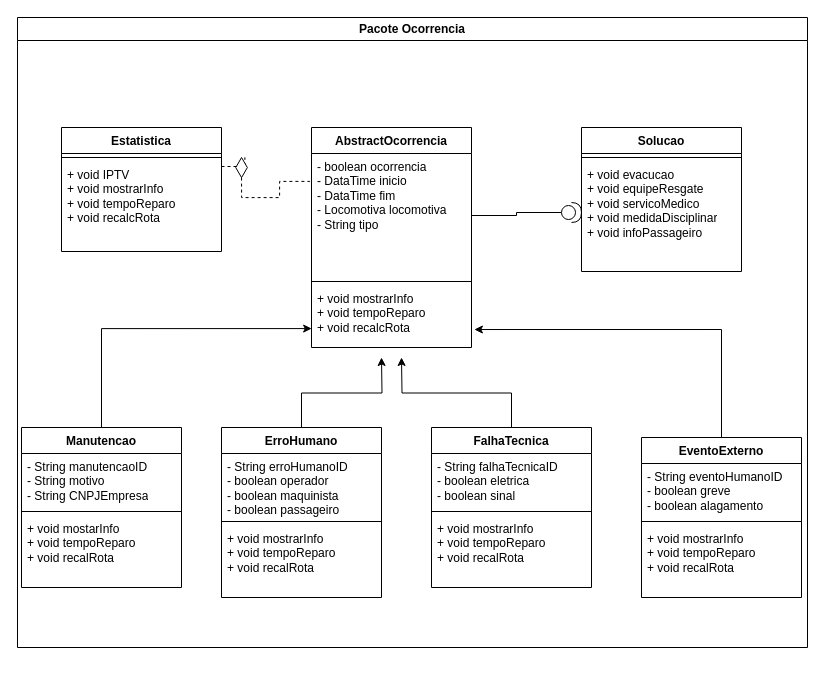
Before: page "Ocorrencia Estática" (1 of 4) of modelagemMalhaFerroviaria.drawio in mariaalicen/DiagramasUML, a draw.io diagram. Source tidied: cells renumbered, new cells numbered last; positions are measured from the earlier drawing's top-left corner, leaving out a move shared by most shapes. Both pictures are drawn from the tidied source at 100%, with x=0, y=0 at pixel (17, 17).
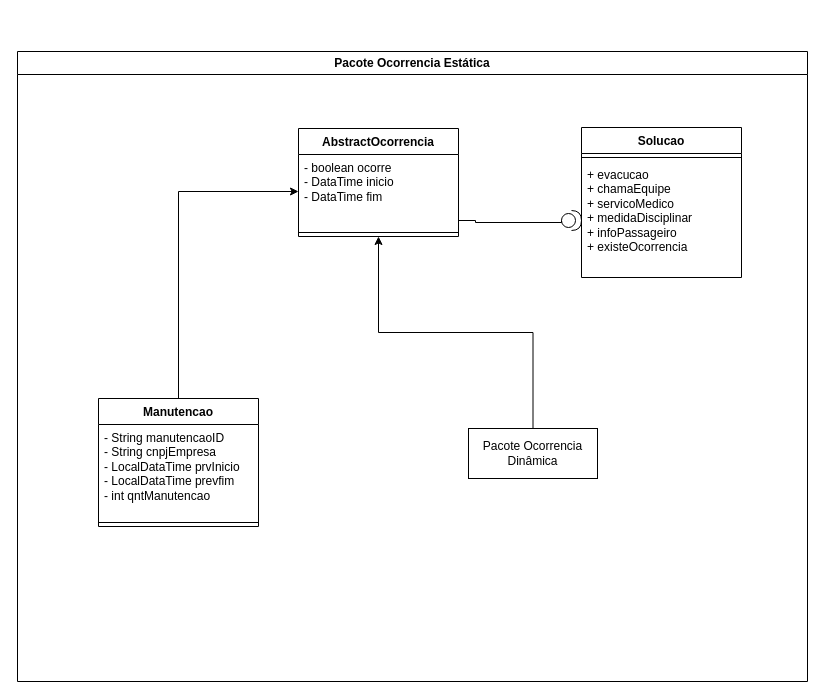
The same page after the edit.

The edit, as a diff of the source:
```diff
@@
+    <mxCell id="27" value="Solucao" style="swimlane;fontStyle=1;align=center;verticalAlign=top;horizontal=1;startSize=26;whiteSpace=wrap;html=1;" parent="1" vertex="1">
+      <mxGeometry x="564" y="110" width="160" height="150" as="geometry" />
+    </mxCell>
+    <mxCell id="28" style="line;strokeWidth=1;fillColor=none;align=left;verticalAlign=middle;spacingTop=-1;spacingLeft=3;spacingRight=3;labelPosition=right;strokeColor=inherit;" parent="27" vertex="1">
+      <mxGeometry y="26" width="160" height="8" as="geometry" />
+    </mxCell>
+    <mxCell id="29" value="+ evacucao&lt;div&gt;+ chamaEquipe&lt;/div&gt;&lt;div&gt;+ servicoMedico&amp;nbsp;&lt;/div&gt;&lt;div&gt;+ medidaDisciplinar&lt;/div&gt;&lt;div&gt;+ infoPassageiro&lt;/div&gt;&lt;div&gt;+ existeOcorrencia&lt;/div&gt;" style="text;strokeColor=none;fillColor=none;align=left;verticalAlign=top;spacingLeft=4;spacingRight=4;overflow=hidden;whiteSpace=wrap;html=1;" parent="27" vertex="1">
+      <mxGeometry y="34" width="160" height="116" as="geometry" />
+    </mxCell>
+    <mxCell id="37" value="Pacote Ocorrencia Estática" style="swimlane;whiteSpace=wrap;html=1;" parent="1" vertex="1">
+      <mxGeometry y="34" width="790" height="630" as="geometry" />
+    </mxCell>
+    <mxCell id="38" style="edgeStyle=orthogonalEdgeStyle;rounded=0;jettySize=auto;html=1;exitX=0.5;exitY=0;exitDx=0;exitDy=0;" parent="37" edge="1" source="6" target="3">
+      <mxGeometry relative="1" as="geometry" />
+    </mxCell>
+    <mxCell id="6" value="Manutencao" style="swimlane;fontStyle=1;align=center;verticalAlign=top;horizontal=1;startSize=26;whiteSpace=wrap;html=1;" parent="37" vertex="1">
+      <mxGeometry x="81" y="347" width="160" height="128" as="geometry" />
+    </mxCell>
+    <mxCell id="7" value="- String manutencaoID&lt;div&gt;&lt;span style=&quot;background-color: initial;&quot;&gt;- String cnpjEmpresa&lt;/span&gt;&lt;/div&gt;&lt;div&gt;&lt;span style=&quot;background-color: initial;&quot;&gt;- LocalDataTime prvInicio&lt;/span&gt;&lt;/div&gt;&lt;div&gt;&lt;span style=&quot;background-color: initial;&quot;&gt;- LocalDataTime prevfim&lt;/span&gt;&lt;/div&gt;&lt;div&gt;&lt;span style=&quot;background-color: initial;&quot;&gt;- int qntManutencao&lt;/span&gt;&lt;/div&gt;" style="text;strokeColor=none;fillColor=none;align=left;verticalAlign=top;spacingLeft=4;spacingRight=4;overflow=hidden;whiteSpace=wrap;html=1;" parent="6" vertex="1">
+      <mxGeometry y="26" width="160" height="94" as="geometry" />
+    </mxCell>
+    <mxCell id="8" style="line;strokeWidth=1;fillColor=none;align=left;verticalAlign=middle;spacingTop=-1;spacingLeft=3;spacingRight=3;labelPosition=right;strokeColor=inherit;" parent="6" vertex="1">
+      <mxGeometry y="120" width="160" height="8" as="geometry" />
+    </mxCell>
-    <mxCell id="2" value="AbstractOcorrencia" style="swimlane;fontStyle=1;align=center;verticalAlign=top;horizontal=1;startSize=26;whiteSpace=wrap;html=1;" parent="1" vertex="1">
-      <mxGeometry x="294" y="110" width="160" height="220" as="geometry" />
+    <mxCell id="2" value="AbstractOcorrencia" style="swimlane;fontStyle=1;align=center;verticalAlign=top;horizontal=1;startSize=26;whiteSpace=wrap;html=1;" parent="37" vertex="1">
+      <mxGeometry x="281" y="77" width="160" height="108" as="geometry" />
     </mxCell>
-    <mxCell id="3" value="- boolean ocorrencia&amp;nbsp;&lt;div&gt;- DataTime inicio&amp;nbsp;&lt;/div&gt;&lt;div&gt;- DataTime fim&lt;/div&gt;&lt;div&gt;- Locomotiva locomotiva&lt;span style=&quot;background-color: initial;&quot;&gt;&amp;nbsp;&lt;/span&gt;&lt;/div&gt;&lt;div&gt;- String tipo&amp;nbsp;&lt;/div&gt;" style="text;strokeColor=none;fillColor=none;align=left;verticalAlign=top;spacingLeft=4;spacingRight=4;overflow=hidden;points=[[0,0.5],[1,0.5]];portConstraint=eastwest;whiteSpace=wrap;html=1;" parent="2" vertex="1">
-      <mxGeometry y="26" width="160" height="124" as="geometry" />
+    <mxCell id="3" value="- boolean ocorre&amp;nbsp;&lt;div&gt;- DataTime inicio&amp;nbsp;&lt;/div&gt;&lt;div&gt;- DataTime fim&lt;span style=&quot;background-color: initial;&quot;&gt;&amp;nbsp;&lt;/span&gt;&lt;/div&gt;" style="text;strokeColor=none;fillColor=none;align=left;verticalAlign=top;spacingLeft=4;spacingRight=4;overflow=hidden;points=[[0,0.5],[1,0.5]];portConstraint=eastwest;whiteSpace=wrap;html=1;" parent="2" vertex="1">
+      <mxGeometry y="26" width="160" height="74" as="geometry" />
     </mxCell>
     <mxCell id="4" style="line;strokeWidth=1;fillColor=none;align=left;verticalAlign=middle;spacingTop=-1;spacingLeft=3;spacingRight=3;labelPosition=right;strokeColor=inherit;" parent="2" vertex="1">
-      <mxGeometry y="150" width="160" height="8" as="geometry" />
+      <mxGeometry y="100" width="160" height="8" as="geometry" />
     </mxCell>
-    <mxCell id="5" value="+ void mostrarInfo&lt;div&gt;+ void tempoReparo&lt;/div&gt;&lt;div&gt;+ void recalcRota&lt;/div&gt;" style="text;strokeColor=none;fillColor=none;align=left;verticalAlign=top;spacingLeft=4;spacingRight=4;overflow=hidden;points=[[0,0.5],[1,0.5]];portConstraint=eastwest;whiteSpace=wrap;html=1;" parent="2" vertex="1">
-      <mxGeometry y="158" width="160" height="62" as="geometry" />
-    </mxCell>
-    <mxCell id="6" value="Manutencao" style="swimlane;fontStyle=1;align=center;verticalAlign=top;horizontal=1;startSize=26;whiteSpace=wrap;html=1;" parent="1" vertex="1">
-      <mxGeometry x="4" y="410" width="160" height="160" as="geometry" />
-    </mxCell>
-    <mxCell id="7" value="- String manutencaoID&lt;div&gt;- String motivo&lt;div&gt;- String CNPJEmpresa&lt;/div&gt;&lt;/div&gt;" style="text;strokeColor=none;fillColor=none;align=left;verticalAlign=top;spacingLeft=4;spacingRight=4;overflow=hidden;whiteSpace=wrap;html=1;" parent="6" vertex="1">
-      <mxGeometry y="26" width="160" height="54" as="geometry" />
-    </mxCell>
-    <mxCell id="8" style="line;strokeWidth=1;fillColor=none;align=left;verticalAlign=middle;spacingTop=-1;spacingLeft=3;spacingRight=3;labelPosition=right;strokeColor=inherit;" parent="6" vertex="1">
-      <mxGeometry y="80" width="160" height="8" as="geometry" />
-    </mxCell>
-    <mxCell id="9" value="+ void mostarInfo&lt;div&gt;+ void tempoReparo&lt;/div&gt;&lt;div&gt;+ void recalRota&lt;/div&gt;" style="text;strokeColor=none;fillColor=none;align=left;verticalAlign=top;spacingLeft=4;spacingRight=4;overflow=hidden;whiteSpace=wrap;html=1;" parent="6" vertex="1">
-      <mxGeometry y="88" width="160" height="72" as="geometry" />
-    </mxCell>
-    <mxCell id="10" style="edgeStyle=orthogonalEdgeStyle;rounded=0;jettySize=auto;html=1;exitX=0.5;exitY=0;exitDx=0;exitDy=0;" parent="1" edge="1" source="11">
-      <mxGeometry relative="1" as="geometry">
-        <mxPoint x="364" y="340" as="targetPoint" />
-      </mxGeometry>
-    </mxCell>
-    <mxCell id="11" value="ErroHumano" style="swimlane;fontStyle=1;align=center;verticalAlign=top;horizontal=1;startSize=26;whiteSpace=wrap;html=1;" parent="1" vertex="1">
-      <mxGeometry x="204" y="410" width="160" height="170" as="geometry" />
-    </mxCell>
-    <mxCell id="12" value="&lt;div&gt;- String erroHumanoID&lt;/div&gt;- boolean operador&lt;div&gt;- boolean maquinista&lt;/div&gt;&lt;div&gt;- boolean passageiro&lt;/div&gt;" style="text;strokeColor=none;fillColor=none;align=left;verticalAlign=top;spacingLeft=4;spacingRight=4;overflow=hidden;whiteSpace=wrap;html=1;" parent="11" vertex="1">
-      <mxGeometry y="26" width="160" height="64" as="geometry" />
-    </mxCell>
-    <mxCell id="13" style="line;strokeWidth=1;fillColor=none;align=left;verticalAlign=middle;spacingTop=-1;spacingLeft=3;spacingRight=3;labelPosition=right;strokeColor=inherit;" parent="11" vertex="1">
-      <mxGeometry y="90" width="160" height="8" as="geometry" />
-    </mxCell>
-    <mxCell id="14" value="+ void mostrarInfo&lt;div&gt;+ void tempoReparo&lt;/div&gt;&lt;div&gt;+ void recalRota&lt;/div&gt;" style="text;strokeColor=none;fillColor=none;align=left;verticalAlign=top;spacingLeft=4;spacingRight=4;overflow=hidden;whiteSpace=wrap;html=1;" parent="11" vertex="1">
-      <mxGeometry y="98" width="160" height="72" as="geometry" />
-    </mxCell>
-    <mxCell id="15" style="edgeStyle=orthogonalEdgeStyle;rounded=0;jettySize=auto;html=1;exitX=0.5;exitY=0;exitDx=0;exitDy=0;" parent="1" edge="1" source="16">
-      <mxGeometry relative="1" as="geometry">
-        <mxPoint x="384" y="340" as="targetPoint" />
-      </mxGeometry>
-    </mxCell>
-    <mxCell id="16" value="FalhaTecnica" style="swimlane;fontStyle=1;align=center;verticalAlign=top;horizontal=1;startSize=26;whiteSpace=wrap;html=1;" parent="1" vertex="1">
-      <mxGeometry x="414" y="410" width="160" height="160" as="geometry" />
-    </mxCell>
-    <mxCell id="17" value="&lt;div&gt;- String falhaTecnicaID&lt;/div&gt;- boolean eletrica&lt;div&gt;- boolean sinal&lt;/div&gt;" style="text;strokeColor=none;fillColor=none;align=left;verticalAlign=top;spacingLeft=4;spacingRight=4;overflow=hidden;whiteSpace=wrap;html=1;" parent="16" vertex="1">
-      <mxGeometry y="26" width="160" height="54" as="geometry" />
-    </mxCell>
-    <mxCell id="18" style="line;strokeWidth=1;fillColor=none;align=left;verticalAlign=middle;spacingTop=-1;spacingLeft=3;spacingRight=3;labelPosition=right;strokeColor=inherit;" parent="16" vertex="1">
-      <mxGeometry y="80" width="160" height="8" as="geometry" />
-    </mxCell>
-    <mxCell id="19" value="+ void mostrarInfo&lt;div&gt;+ void tempoReparo&lt;/div&gt;&lt;div&gt;+ void recalRota&lt;/div&gt;" style="text;strokeColor=none;fillColor=none;align=left;verticalAlign=top;spacingLeft=4;spacingRight=4;overflow=hidden;whiteSpace=wrap;html=1;" parent="16" vertex="1">
-      <mxGeometry y="88" width="160" height="72" as="geometry" />
-    </mxCell>
-    <mxCell id="20" value="EventoExterno" style="swimlane;fontStyle=1;align=center;verticalAlign=top;horizontal=1;startSize=26;whiteSpace=wrap;html=1;" parent="1" vertex="1">
-      <mxGeometry x="624" y="420" width="160" height="160" as="geometry" />
-    </mxCell>
-    <mxCell id="21" value="&lt;div&gt;- String eventoHumanoID&lt;/div&gt;- boolean greve&amp;nbsp;&lt;div&gt;- boolean alagamento&lt;/div&gt;" style="text;strokeColor=none;fillColor=none;align=left;verticalAlign=top;spacingLeft=4;spacingRight=4;overflow=hidden;whiteSpace=wrap;html=1;" parent="20" vertex="1">
-      <mxGeometry y="26" width="160" height="54" as="geometry" />
-    </mxCell>
-    <mxCell id="22" style="line;strokeWidth=1;fillColor=none;align=left;verticalAlign=middle;spacingTop=-1;spacingLeft=3;spacingRight=3;labelPosition=right;strokeColor=inherit;" parent="20" vertex="1">
-      <mxGeometry y="80" width="160" height="8" as="geometry" />
-    </mxCell>
-    <mxCell id="23" value="+ void mostrarInfo&lt;div&gt;+ void tempoReparo&lt;/div&gt;&lt;div&gt;+ void recalRota&lt;/div&gt;" style="text;strokeColor=none;fillColor=none;align=left;verticalAlign=top;spacingLeft=4;spacingRight=4;overflow=hidden;whiteSpace=wrap;html=1;" parent="20" vertex="1">
-      <mxGeometry y="88" width="160" height="72" as="geometry" />
-    </mxCell>
-    <mxCell id="24" value="Estatistica" style="swimlane;fontStyle=1;align=center;verticalAlign=top;horizontal=1;startSize=26;whiteSpace=wrap;html=1;" parent="1" vertex="1">
-      <mxGeometry x="44" y="110" width="160" height="124" as="geometry" />
-    </mxCell>
-    <mxCell id="25" style="line;strokeWidth=1;fillColor=none;align=left;verticalAlign=middle;spacingTop=-1;spacingLeft=3;spacingRight=3;labelPosition=right;strokeColor=inherit;" parent="24" vertex="1">
-      <mxGeometry y="26" width="160" height="8" as="geometry" />
-    </mxCell>
-    <mxCell id="26" value="+ void IPTV&lt;div&gt;+ void mostrarInfo&lt;/div&gt;&lt;div&gt;+ void tempoReparo&lt;/div&gt;&lt;div&gt;+ void recalcRota&lt;/div&gt;" style="text;strokeColor=none;fillColor=none;align=left;verticalAlign=top;spacingLeft=4;spacingRight=4;overflow=hidden;whiteSpace=wrap;html=1;" parent="24" vertex="1">
-      <mxGeometry y="34" width="160" height="90" as="geometry" />
-    </mxCell>
-    <mxCell id="27" value="Solucao" style="swimlane;fontStyle=1;align=center;verticalAlign=top;horizontal=1;startSize=26;whiteSpace=wrap;html=1;" parent="1" vertex="1">
-      <mxGeometry x="564" y="110" width="160" height="144" as="geometry" />
-    </mxCell>
-    <mxCell id="28" style="line;strokeWidth=1;fillColor=none;align=left;verticalAlign=middle;spacingTop=-1;spacingLeft=3;spacingRight=3;labelPosition=right;strokeColor=inherit;" parent="27" vertex="1">
-      <mxGeometry y="26" width="160" height="8" as="geometry" />
-    </mxCell>
-    <mxCell id="29" value="+ void evacucao&lt;div&gt;+ void equipeResgate&lt;/div&gt;&lt;div&gt;+ void servicoMedico&amp;nbsp;&lt;/div&gt;&lt;div&gt;+ void medidaDisciplinar&lt;/div&gt;&lt;div&gt;+ void infoPassageiro&lt;/div&gt;" style="text;strokeColor=none;fillColor=none;align=left;verticalAlign=top;spacingLeft=4;spacingRight=4;overflow=hidden;whiteSpace=wrap;html=1;" parent="27" vertex="1">
-      <mxGeometry y="34" width="160" height="110" as="geometry" />
-    </mxCell>
-    <mxCell id="30" style="edgeStyle=orthogonalEdgeStyle;rounded=0;jettySize=auto;html=1;exitX=1;exitY=0.5;exitDx=0;exitDy=0;entryX=-0.01;entryY=0.225;entryDx=0;entryDy=0;entryPerimeter=0;dashed=1;endArrow=none;endFill=0;" parent="1" edge="1" source="34" target="3">
-      <mxGeometry relative="1" as="geometry" />
-    </mxCell>
-    <mxCell id="31" style="edgeStyle=orthogonalEdgeStyle;rounded=0;jettySize=auto;html=1;exitX=0.5;exitY=0;exitDx=0;exitDy=0;entryX=0.001;entryY=0.695;entryDx=0;entryDy=0;entryPerimeter=0;" parent="1" edge="1" source="6" target="5">
-      <mxGeometry relative="1" as="geometry" />
-    </mxCell>
-    <mxCell id="32" style="edgeStyle=orthogonalEdgeStyle;rounded=0;jettySize=auto;html=1;exitX=0.5;exitY=0;exitDx=0;exitDy=0;entryX=1.018;entryY=0.71;entryDx=0;entryDy=0;entryPerimeter=0;" parent="1" edge="1" source="20" target="5">
-      <mxGeometry relative="1" as="geometry" />
-    </mxCell>
-    <mxCell id="33" style="edgeStyle=orthogonalEdgeStyle;rounded=0;jettySize=auto;html=1;exitX=1;exitY=0.5;exitDx=0;exitDy=0;entryX=-0.01;entryY=0.225;entryDx=0;entryDy=0;entryPerimeter=0;dashed=1;endArrow=none;endFill=0;" parent="1" edge="1" target="34">
-      <mxGeometry relative="1" as="geometry">
-        <mxPoint x="204" y="149" as="sourcePoint" />
-      </mxGeometry>
-    </mxCell>
-    <mxCell id="34" style="html=1;whiteSpace=wrap;shape=isoRectangle;rotation=90;" parent="1" vertex="1">
-      <mxGeometry x="214" y="144" width="20.1" height="12.1" as="geometry" />
-    </mxCell>
+    <mxCell id="36" style="shape=providedRequiredInterface;html=1;verticalLabelPosition=bottom;sketch=0;" parent="37" vertex="1">
+      <mxGeometry x="544" y="159" width="20" height="20" as="geometry" />
+    </mxCell>
-    <mxCell id="35" style="edgeStyle=orthogonalEdgeStyle;rounded=0;jettySize=auto;html=1;exitX=0;exitY=0.5;exitDx=0;exitDy=0;exitPerimeter=0;entryX=1;entryY=0.5;entryDx=0;entryDy=0;endArrow=none;endFill=0;" parent="1" edge="1" source="36" target="3">
-      <mxGeometry relative="1" as="geometry" />
+    <mxCell id="35" style="edgeStyle=orthogonalEdgeStyle;rounded=0;jettySize=auto;html=1;exitX=0;exitY=0.5;exitDx=0;exitDy=0;exitPerimeter=0;entryX=1;entryY=0.5;entryDx=0;entryDy=0;endArrow=none;endFill=0;" parent="37" edge="1" source="36" target="3">
+      <mxGeometry relative="1" as="geometry">
+        <Array as="points">
+          <mxPoint x="544" y="171" />
+          <mxPoint x="458" y="171" />
+          <mxPoint x="458" y="169" />
+        </Array>
+      </mxGeometry>
     </mxCell>
-    <mxCell id="36" style="shape=providedRequiredInterface;html=1;verticalLabelPosition=bottom;sketch=0;" parent="1" vertex="1">
-      <mxGeometry x="544" y="185" width="20" height="20" as="geometry" />
-    </mxCell>
-    <mxCell id="37" value="Pacote Ocorrencia" style="swimlane;whiteSpace=wrap;html=1;" parent="1" vertex="1">
-      <mxGeometry width="790" height="630" as="geometry" />
-    </mxCell>
+    <mxCell id="39" style="edgeStyle=orthogonalEdgeStyle;rounded=0;jettySize=auto;html=1;exitX=0.5;exitY=0;exitDx=0;exitDy=0;entryX=0.5;entryY=1;entryDx=0;entryDy=0;" parent="37" edge="1" source="40" target="2">
+      <mxGeometry relative="1" as="geometry" />
+    </mxCell>
+    <mxCell id="40" value="Pacote Ocorrencia Dinâmica" style="html=1;whiteSpace=wrap;" parent="37" vertex="1">
+      <mxGeometry x="451" y="377" width="129" height="50" as="geometry" />
+    </mxCell>
```
